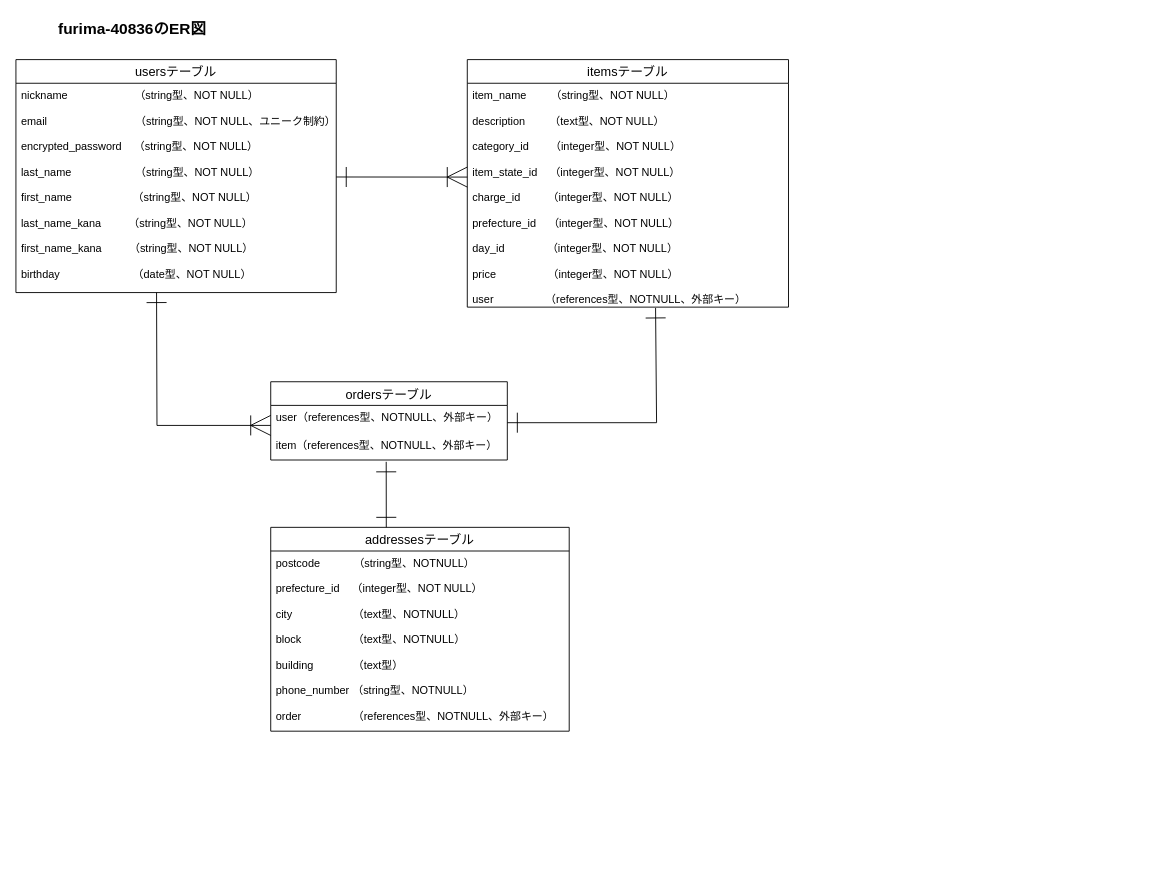
freejog/furima-40836 keeps this draw.io diagram as app/views/test.dio. Above is the earlier version. Source tidied: cells renumbered, new cells numbered last; positions are measured from the earlier drawing's top-left corner, leaving out a move shared by most shapes. Both pictures are drawn from the tidied source at 91%, with x=0, y=0 at pixel (15, 15).
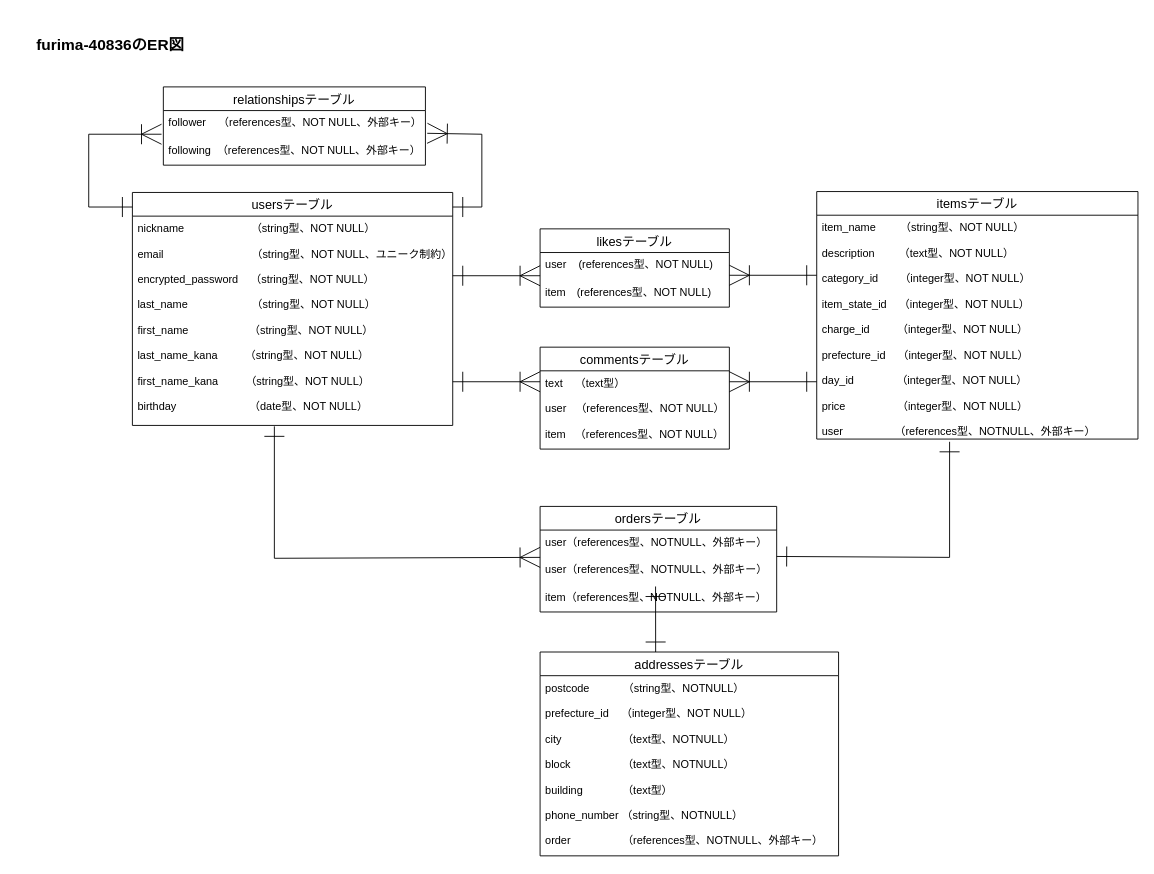
The same diagram, later.

The change refers to these unchanged cells:
```xml
<mxCell id="3" value="nickname                      （string型、NOT NULL）&#10;&#10;email                             （string型、NOT NULL、ユニーク制約）&#10;&#10;encrypted_password    （string型、NOT NULL）&#10;&#10;last_name                     （string型、NOT NULL）&#10;&#10;first_name                    （string型、NOT NULL）&#10;&#10;last_name_kana          （string型、NOT NULL）&#10;&#10;first_name_kana          （string型、NOT NULL）&#10;&#10;birthday                        （date型、NOT NULL）&#10;" style="text;strokeColor=none;fillColor=none;spacingLeft=4;spacingRight=4;overflow=hidden;points=[[0,0.5],[1,0.5]];portConstraint=eastwest;fontSize=12;" parent="2" vertex="1">
  <mxGeometry y="26" width="352" height="230" as="geometry" />
</mxCell>
<mxCell id="7" value="user（references型、NOTNULL、外部キー）" style="text;strokeColor=none;fillColor=none;spacingLeft=4;spacingRight=4;overflow=hidden;points=[[0,0.5],[1,0.5]];portConstraint=eastwest;fontSize=12;" parent="6" vertex="1">
  <mxGeometry y="26" width="260" height="30" as="geometry" />
</mxCell>
```

The edit, as a diff of the source:
```diff
@@
     <mxCell id="2" value="usersテーブル" style="swimlane;fontStyle=0;horizontal=1;startSize=26;align=center;fontSize=14;" parent="1" vertex="1">
-      <mxGeometry y="48" width="352" height="256" as="geometry" />
+      <mxGeometry x="128" y="194" width="352" height="256" as="geometry" />
     </mxCell>
@@
     <mxCell id="4" value="itemsテーブル" style="swimlane;fontStyle=0;horizontal=1;startSize=26;align=center;fontSize=14;" parent="1" vertex="1">
-      <mxGeometry x="496" y="48" width="353" height="272" as="geometry" />
+      <mxGeometry x="880" y="193" width="353" height="272" as="geometry" />
     </mxCell>
@@
     <mxCell id="6" value="ordersテーブル" style="swimlane;fontStyle=0;horizontal=1;startSize=26;align=center;fontSize=14;" parent="1" vertex="1">
-      <mxGeometry x="280" y="402" width="260" height="86" as="geometry" />
+      <mxGeometry x="576" y="539" width="260" height="116" as="geometry" />
     </mxCell>
@@
+    <mxCell id="16" value="user（references型、NOTNULL、外部キー）" style="text;strokeColor=none;fillColor=none;spacingLeft=4;spacingRight=4;overflow=hidden;fontSize=12;" parent="6" vertex="1">
+      <mxGeometry y="56" width="260" height="30" as="geometry" />
+    </mxCell>
     <mxCell id="8" value="item（references型、NOTNULL、外部キー）" style="text;strokeColor=none;fillColor=none;spacingLeft=4;spacingRight=4;overflow=hidden;fontSize=12;" parent="6" vertex="1">
-      <mxGeometry y="56" width="260" height="30" as="geometry" />
+      <mxGeometry y="86" width="260" height="30" as="geometry" />
     </mxCell>
     <mxCell id="9" value="addressesテーブル" style="swimlane;fontStyle=0;horizontal=1;startSize=26;align=center;fontSize=14;" parent="1" vertex="1">
-      <mxGeometry x="280" y="562" width="328" height="224" as="geometry" />
+      <mxGeometry x="576" y="699" width="328" height="224" as="geometry" />
     </mxCell>
@@
-    <mxCell id="11" style="edgeStyle=none;html=1;startArrow=ERone;startFill=0;endArrow=ERoneToMany;endFill=0;targetPerimeterSpacing=0;endSize=20;startSize=20;entryX=0;entryY=0.293;entryDx=0;entryDy=0;entryPerimeter=0;" parent="1" edge="1">
+    <mxCell id="11" style="edgeStyle=none;html=1;startArrow=ERone;startFill=0;endArrow=ERoneToMany;endFill=0;targetPerimeterSpacing=0;endSize=20;startSize=20;entryX=1.007;entryY=0.833;entryDx=0;entryDy=0;entryPerimeter=0;rounded=0;" parent="1" edge="1" target="26">
       <mxGeometry relative="1" as="geometry">
-        <mxPoint x="352" y="177" as="sourcePoint" />
-        <mxPoint x="496" y="177.1" as="targetPoint" />
+        <mxPoint x="480" y="210" as="sourcePoint" />
+        <Array as="points">
+          <mxPoint x="512" y="210" />
+          <mxPoint x="512" y="130" />
+        </Array>
       </mxGeometry>
     </mxCell>
-    <mxCell id="12" style="edgeStyle=none;html=1;startArrow=ERone;startFill=0;endArrow=ERoneToMany;endFill=0;targetPerimeterSpacing=0;endSize=20;startSize=20;exitX=0.439;exitY=1;exitDx=0;exitDy=0;exitPerimeter=0;rounded=0;entryX=0;entryY=0.733;entryDx=0;entryDy=0;entryPerimeter=0;" parent="1" edge="1" source="3" target="7">
+    <mxCell id="12" style="edgeStyle=none;html=1;startArrow=ERone;startFill=0;endArrow=ERoneToMany;endFill=0;targetPerimeterSpacing=0;endSize=20;startSize=20;rounded=0;entryX=-0.004;entryY=0;entryDx=0;entryDy=0;entryPerimeter=0;" parent="1" edge="1">
       <mxGeometry relative="1" as="geometry">
+        <mxPoint x="284" y="451" as="sourcePoint" />
+        <mxPoint x="576" y="595" as="targetPoint" />
         <Array as="points">
-          <mxPoint x="155" y="450" />
+          <mxPoint x="284" y="596" />
         </Array>
       </mxGeometry>
     </mxCell>
-    <mxCell id="13" style="edgeStyle=none;html=1;startArrow=ERone;startFill=0;endArrow=ERone;endFill=0;targetPerimeterSpacing=0;endSize=20;startSize=20;exitX=0.586;exitY=1.016;exitDx=0;exitDy=0;exitPerimeter=0;rounded=0;" parent="1" edge="1">
+    <mxCell id="13" style="edgeStyle=none;html=1;startArrow=ERone;startFill=0;endArrow=ERone;endFill=0;targetPerimeterSpacing=0;endSize=20;startSize=20;rounded=0;" parent="1" edge="1">
       <mxGeometry relative="1" as="geometry">
-        <mxPoint x="702.9" y="320.9" as="sourcePoint" />
-        <mxPoint x="540" y="447" as="targetPoint" />
+        <mxPoint x="1026" y="468" as="sourcePoint" />
+        <mxPoint x="836" y="594" as="targetPoint" />
         <Array as="points">
-          <mxPoint x="704" y="447" />
+          <mxPoint x="1026" y="595" />
         </Array>
       </mxGeometry>
     </mxCell>
     <mxCell id="14" style="edgeStyle=none;html=1;exitX=0.488;exitY=1.067;exitDx=0;exitDy=0;startArrow=ERone;startFill=0;endArrow=ERone;endFill=0;targetPerimeterSpacing=0;endSize=20;startSize=20;exitPerimeter=0;" parent="1" edge="1">
       <mxGeometry relative="1" as="geometry">
-        <mxPoint x="406.9" y="490" as="sourcePoint" />
-        <mxPoint x="407" y="562" as="targetPoint" />
+        <mxPoint x="702.9" y="627" as="sourcePoint" />
+        <mxPoint x="703" y="699" as="targetPoint" />
       </mxGeometry>
     </mxCell>
     <mxCell id="15" value="furima-40836のER図" style="text;html=1;strokeColor=none;fillColor=none;align=center;verticalAlign=middle;whiteSpace=wrap;rounded=0;fontSize=17;fontStyle=1;" parent="1" vertex="1">
-      <mxGeometry x="40" width="176" height="30" as="geometry" />
+      <mxGeometry x="16" y="18" width="176" height="30" as="geometry" />
     </mxCell>
+    <mxCell id="17" value="likesテーブル" style="swimlane;fontStyle=0;horizontal=1;startSize=26;align=center;fontSize=14;" parent="1" vertex="1">
+      <mxGeometry x="576" y="234" width="208" height="86" as="geometry" />
+    </mxCell>
+    <mxCell id="18" value="user    (references型、NOT NULL)" style="text;strokeColor=none;fillColor=none;spacingLeft=4;spacingRight=4;overflow=hidden;fontSize=12;" parent="17" vertex="1">
+      <mxGeometry y="26" width="208" height="30" as="geometry" />
+    </mxCell>
+    <mxCell id="19" value="item　(references型、NOT NULL)" style="text;strokeColor=none;fillColor=none;spacingLeft=4;spacingRight=4;overflow=hidden;fontSize=12;" parent="17" vertex="1">
+      <mxGeometry y="56" width="208" height="30" as="geometry" />
+    </mxCell>
+    <mxCell id="20" style="edgeStyle=none;html=1;startArrow=ERone;startFill=0;endArrow=ERoneToMany;endFill=0;targetPerimeterSpacing=0;endSize=20;startSize=20;" parent="1" edge="1">
+      <mxGeometry relative="1" as="geometry">
+        <mxPoint x="880" y="285" as="sourcePoint" />
+        <mxPoint x="784" y="285" as="targetPoint" />
+      </mxGeometry>
+    </mxCell>
+    <mxCell id="21" value="commentsテーブル" style="swimlane;fontStyle=0;horizontal=1;startSize=26;align=center;fontSize=14;" parent="1" vertex="1">
+      <mxGeometry x="576" y="364" width="208" height="112" as="geometry" />
+    </mxCell>
+    <mxCell id="22" value="text    （text型）&#10;&#10;user   （references型、NOT NULL）&#10;&#10;item   （references型、NOT NULL）" style="text;strokeColor=none;fillColor=none;spacingLeft=4;spacingRight=4;overflow=hidden;fontSize=12;" parent="21" vertex="1">
+      <mxGeometry y="26" width="208" height="86" as="geometry" />
+    </mxCell>
+    <mxCell id="23" style="edgeStyle=none;html=1;startArrow=ERone;startFill=0;endArrow=ERoneToMany;endFill=0;targetPerimeterSpacing=0;endSize=20;startSize=20;" parent="1" edge="1">
+      <mxGeometry relative="1" as="geometry">
+        <mxPoint x="480" y="402" as="sourcePoint" />
+        <mxPoint x="576" y="402" as="targetPoint" />
+      </mxGeometry>
+    </mxCell>
+    <mxCell id="24" style="edgeStyle=none;html=1;startArrow=ERone;startFill=0;endArrow=ERoneToMany;endFill=0;targetPerimeterSpacing=0;endSize=20;startSize=20;" parent="1" edge="1">
+      <mxGeometry relative="1" as="geometry">
+        <mxPoint x="880" y="402" as="sourcePoint" />
+        <mxPoint x="784" y="402" as="targetPoint" />
+      </mxGeometry>
+    </mxCell>
+    <mxCell id="25" value="relationshipsテーブル" style="swimlane;fontStyle=0;horizontal=1;startSize=26;align=center;fontSize=14;" parent="1" vertex="1">
+      <mxGeometry x="162" y="78" width="288" height="86" as="geometry" />
+    </mxCell>
+    <mxCell id="26" value="follower    （references型、NOT NULL、外部キー）" style="text;strokeColor=none;fillColor=none;spacingLeft=4;spacingRight=4;overflow=hidden;points=[[0,0.5],[1,0.5]];portConstraint=eastwest;fontSize=12;" parent="25" vertex="1">
+      <mxGeometry y="26" width="288" height="30" as="geometry" />
+    </mxCell>
+    <mxCell id="27" value="following  （references型、NOT NULL、外部キー）" style="text;strokeColor=none;fillColor=none;spacingLeft=4;spacingRight=4;overflow=hidden;fontSize=12;" parent="25" vertex="1">
+      <mxGeometry y="56" width="288" height="30" as="geometry" />
+    </mxCell>
+    <mxCell id="28" style="edgeStyle=none;html=1;startArrow=ERone;startFill=0;endArrow=ERoneToMany;endFill=0;targetPerimeterSpacing=0;endSize=20;startSize=20;" parent="1" edge="1">
+      <mxGeometry relative="1" as="geometry">
+        <mxPoint x="480" y="285.5" as="sourcePoint" />
+        <mxPoint x="576" y="285.5" as="targetPoint" />
+      </mxGeometry>
+    </mxCell>
+    <mxCell id="29" style="edgeStyle=none;html=1;startArrow=ERone;startFill=0;endArrow=ERoneToMany;endFill=0;targetPerimeterSpacing=0;endSize=20;startSize=20;rounded=0;" parent="1" edge="1">
+      <mxGeometry relative="1" as="geometry">
+        <mxPoint x="128" y="210" as="sourcePoint" />
+        <mxPoint x="160" y="130" as="targetPoint" />
+        <Array as="points">
+          <mxPoint x="80" y="210" />
+          <mxPoint x="80" y="130" />
+        </Array>
+      </mxGeometry>
+    </mxCell>
```
